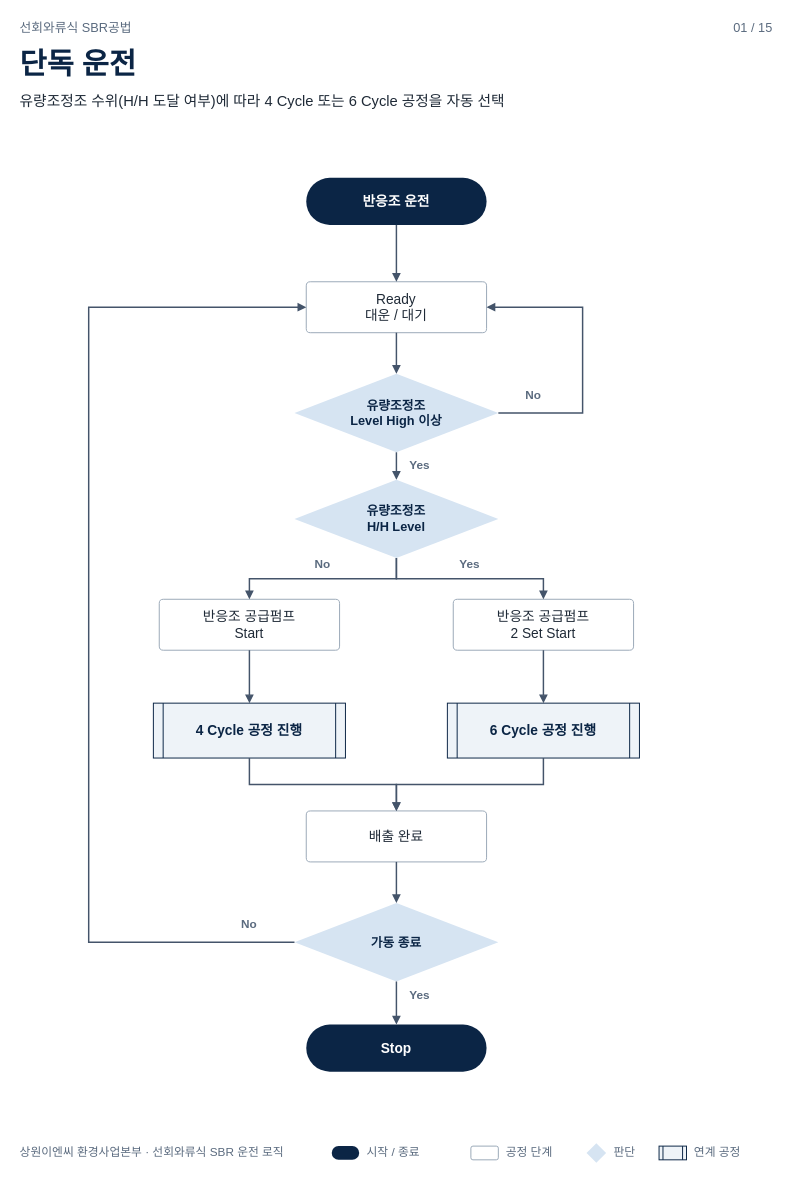
This is page "01 단독 운전" (1 of 15) of operation-logic/261027_SBR_운전로직_플로우.drawio from taewoon82/sangwon-sbr-system, a draw.io file, before an edit. Source tidied: cells renumbered, new cells numbered last; positions are measured from the earlier drawing's top-left corner, leaving out a move shared by most shapes. Both pictures are drawn from the tidied source at 98%, with x=0, y=0 at pixel (18, 17).
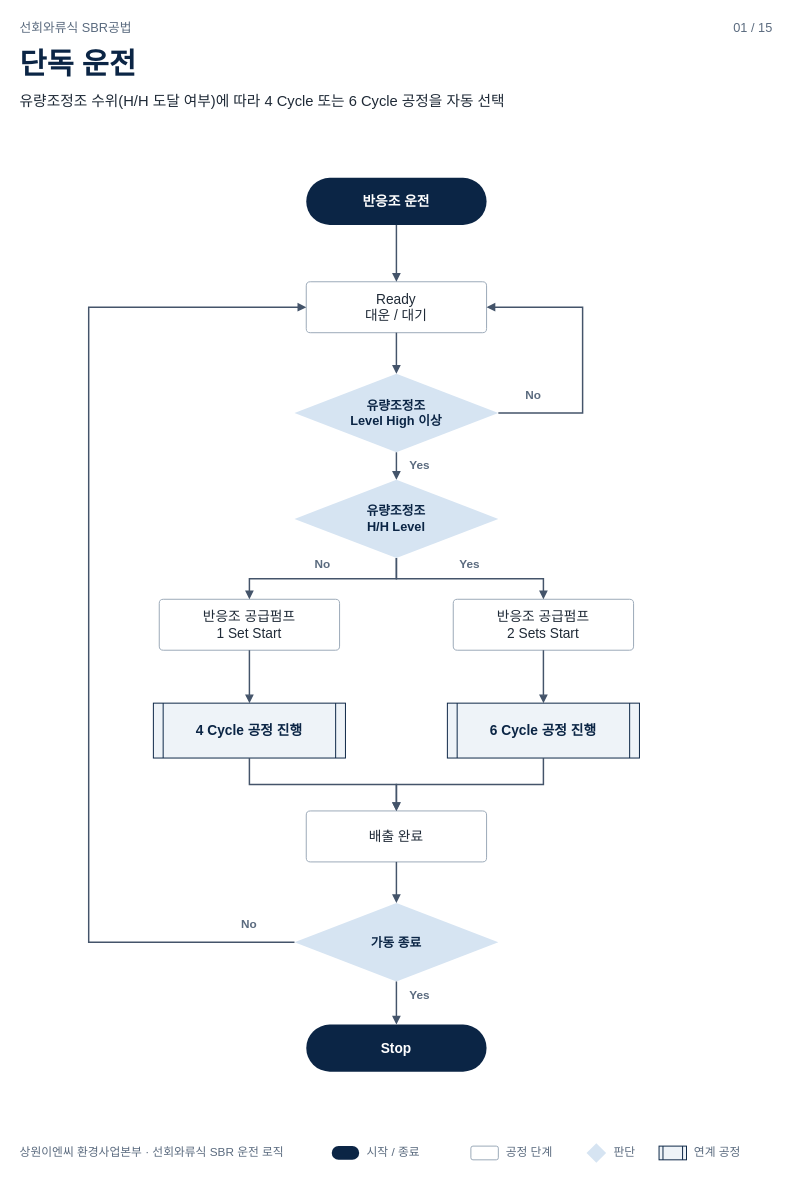
Above is the later version.

The edit, as a diff of the source:
```diff
@@
-    <mxCell id="21" value="반응조 공급펌프&lt;br&gt;Start" style="rounded=1;arcSize=8;whiteSpace=wrap;html=1;fillColor=#FFFFFF;strokeColor=#9AA8B8;fontColor=#1F2A37;fontSize=14;fontFamily=GmarketSans;" parent="1" vertex="1">
+    <mxCell id="21" value="반응조 공급펌프&lt;br&gt;1 Set Start" style="rounded=1;arcSize=8;whiteSpace=wrap;html=1;fillColor=#FFFFFF;strokeColor=#9AA8B8;fontColor=#1F2A37;fontSize=14;fontFamily=GmarketSans;" parent="1" vertex="1">
       <mxGeometry x="144" y="594" width="184" height="52" as="geometry" />
     </mxCell>
-    <mxCell id="22" value="반응조 공급펌프&lt;br&gt;2 Set Start" style="rounded=1;arcSize=8;whiteSpace=wrap;html=1;fillColor=#FFFFFF;strokeColor=#9AA8B8;fontColor=#1F2A37;fontSize=14;fontFamily=GmarketSans;" parent="1" vertex="1">
+    <mxCell id="22" value="반응조 공급펌프&lt;br&gt;2 Sets Start" style="rounded=1;arcSize=8;whiteSpace=wrap;html=1;fillColor=#FFFFFF;strokeColor=#9AA8B8;fontColor=#1F2A37;fontSize=14;fontFamily=GmarketSans;" parent="1" vertex="1">
       <mxGeometry x="444" y="594" width="184" height="52" as="geometry" />
     </mxCell>
```
